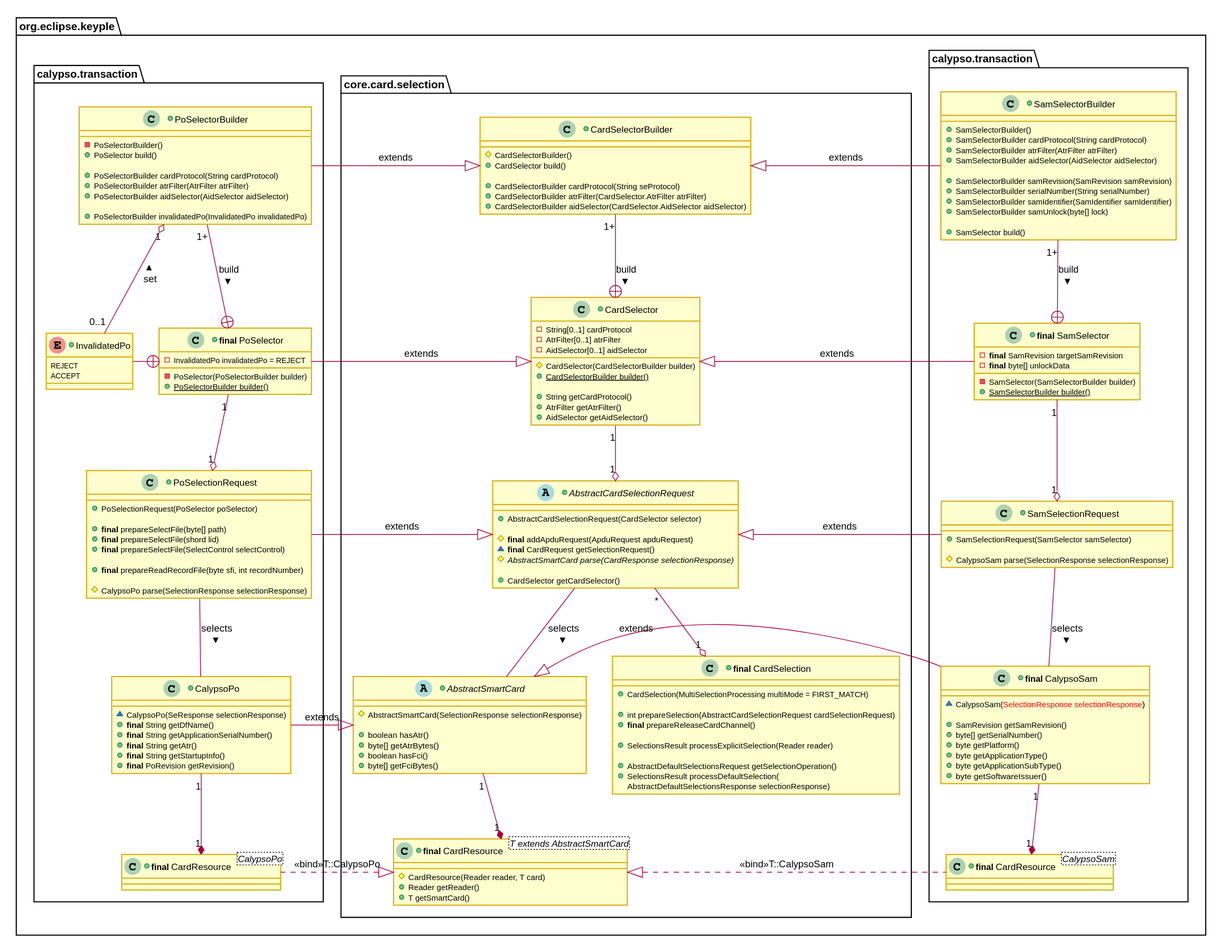
calypsonet/keyple keeps this PlantUML diagram as docs/KeypleCalypsoApi/img/KeypleCalypso_Transaction_ClassDiag_PO_Selection_1_0_0.svg. Above is the earlier version. Its diagram source:
```plantuml
@startuml
skinparam ClassBorderColor #D4AC0D
skinparam stereotypeABorderColor #A9DCDF
skinparam stereotypeIBorderColor #B4A7E5
skinparam stereotypeCBorderColor #ADD1B2
skinparam stereotypeEBorderColor #EB93DF
skinparam shadowing false

skinparam StateBorderColor #D4AC0D
skinparam ActivityBorderColor #D4AC0D

skinparam ClassBackgroundColor<<red>> #FDEDEC
skinparam ClassBorderColor<<red>> #E74C3C
hide <<red>> stereotype
skinparam ClassBackgroundColor<<purple>> #F4ECF7
skinparam ClassBorderColor<<purple>> #8E44AD
hide <<purple>> stereotype
skinparam ClassBackgroundColor<<blue>> #EBF5FB
skinparam ClassBorderColor<<blue>> #3498DB
hide <<blue>> stereotype
skinparam ClassBackgroundColor<<green>> #EAFAF1
skinparam ClassBorderColor<<green>> #2ECC71
hide <<green>> stereotype

skinparam ClassBackgroundColor<<orange>> #FDF2E9
skinparam ClassBorderColor<<orange>> #E67E22
hide <<orange>> stereotype

skinparam ClassBackgroundColor<<grey>> #EAECEE
skinparam ClassBorderColor<<grey>> #2C3E50
hide <<grey>> stereotype

package org.eclipse.keyple #FFFFFF {
  package "calypso.transaction" as transaction_sam #FFFFFF {
+class "<b>final</b> SamSelector" as SamSelector {
  -<b>final</b> SamRevision targetSamRevision
  -<b>final</b> byte[] unlockData
  -SamSelector(SamSelectorBuilder builder)
  +{static} SamSelectorBuilder builder()
}

+class SamSelectorBuilder {
  +SamSelectorBuilder()
  +SamSelectorBuilder cardProtocol(String cardProtocol)
  +SamSelectorBuilder atrFilter(AtrFilter atrFilter)
  +SamSelectorBuilder aidSelector(AidSelector aidSelector)

  +SamSelectorBuilder samRevision(SamRevision samRevision)
  +SamSelectorBuilder serialNumber(String serialNumber)
  +SamSelectorBuilder samIdentifier(SamIdentifier samIdentifier)
  +SamSelectorBuilder samUnlock(byte[] lock)

  +SamSelector build()
}

+class SamSelectionRequest {
  +SamSelectionRequest(SamSelector samSelector)

  #CalypsoSam parse(SelectionResponse selectionResponse)
}

+class "<b>final</b> CardResource<CalypsoSam>" as SamResource {
}

+class "<b>final</b> CalypsoSam" as CalypsoSam {
  ~CalypsoSam(<color:red>SelectionResponse selectionResponse</color>)

  +SamRevision getSamRevision()
  +byte[] getSerialNumber()
  +byte getPlatform()
  +byte getApplicationType()
  +byte getApplicationSubType()
  +byte getSoftwareIssuer()
}

    SamSelector +-up- "1+" SamSelectorBuilder : build <
    SamSelectionRequest "1" o-up- "1" SamSelector
    SamSelectionRequest -down- CalypsoSam : selects >
    SamResource "1" *-up- "1" CalypsoSam
  }

  package core.card.selection #FFFFFF {
+class CardSelector {
  -String[0..1] cardProtocol
  -AtrFilter[0..1] atrFilter
  -AidSelector[0..1] aidSelector
  #CardSelector(CardSelectorBuilder builder)
  +{static}CardSelectorBuilder builder()

  +String getCardProtocol()
  +AtrFilter getAtrFilter()
  +AidSelector getAidSelector()
}
+class CardSelectorBuilder {
  #CardSelectorBuilder()
  +CardSelector build()

  +CardSelectorBuilder cardProtocol(String seProtocol)
  +CardSelectorBuilder atrFilter(CardSelector.AtrFilter atrFilter)
  +CardSelectorBuilder aidSelector(CardSelector.AidSelector aidSelector)
}

      CardSelector +-up- "1+" CardSelectorBuilder : build <


+class "<b>final</b> CardSelection" as CardSelection {
  +CardSelection(MultiSelectionProcessing multiMode = FIRST_MATCH)

  +int prepareSelection(AbstractCardSelectionRequest cardSelectionRequest)
  +<b>final</b> prepareReleaseCardChannel()

  +SelectionsResult processExplicitSelection(Reader reader)

  +AbstractDefaultSelectionsRequest getSelectionOperation()
  +SelectionsResult processDefaultSelection(
    AbstractDefaultSelectionsResponse selectionResponse)
}
+abstract AbstractCardSelectionRequest {
  +AbstractCardSelectionRequest(CardSelector selector)

  #<b>final</b> addApduRequest(ApduRequest apduRequest)
  ~<b>final</b> CardRequest getSelectionRequest()
  {abstract} #AbstractSmartCard parse(CardResponse selectionResponse)

  +CardSelector getCardSelector()
}

+abstract AbstractSmartCard {
  #AbstractSmartCard(SelectionResponse selectionResponse)

  +boolean hasAtr()
  +byte[] getAtrBytes()
  +boolean hasFci()
  +byte[] getFciBytes()
}
+class "<b>final</b> CardResource<T extends AbstractSmartCard>" as CardResource_T {
  #CardResource(Reader reader, T card)
  +Reader getReader()
  +T getSmartCard()
}

      AbstractCardSelectionRequest -down- AbstractSmartCard : selects >
      CardSelection "1" o-up- "*" AbstractCardSelectionRequest
      CardResource_T "1" *-up- "1" AbstractSmartCard

    AbstractCardSelectionRequest "1" o-up- "1" CardSelector
  }

  package "calypso.transaction" as transaction_po #FFFFFF {
+enum InvalidatedPo {
  REJECT
  ACCEPT
}
+class CalypsoPo {
  ~CalypsoPo(SeResponse selectionResponse)
  +<b>final</b> String getDfName()
  +<b>final</b> String getApplicationSerialNumber()
  +<b>final</b> String getAtr()
  +<b>final</b> String getStartupInfo()
  +<b>final</b> PoRevision getRevision()
}
+class "<b>final</b> PoSelector" as PoSelector {
  -InvalidatedPo invalidatedPo = REJECT
  -PoSelector(PoSelectorBuilder builder)
  +{static} PoSelectorBuilder builder()
}

+class PoSelectorBuilder {
  -PoSelectorBuilder()
  +PoSelector build()

  +PoSelectorBuilder cardProtocol(String cardProtocol)
  +PoSelectorBuilder atrFilter(AtrFilter atrFilter)
  +PoSelectorBuilder aidSelector(AidSelector aidSelector)

  +PoSelectorBuilder invalidatedPo(InvalidatedPo invalidatedPo)
}


+class PoSelectionRequest {
  +PoSelectionRequest(PoSelector poSelector)

  +<b>final</b> prepareSelectFile(byte[] path)
  +<b>final</b> prepareSelectFile(shord lid)
  +<b>final</b> prepareSelectFile(SelectControl selectControl)

  +<b>final</b> prepareReadRecordFile(byte sfi, int recordNumber)

  #CalypsoPo parse(SelectionResponse selectionResponse)
}

+class "<b>final</b> CardResource<CalypsoPo>" as PoResource {
}

    InvalidatedPo -left-+ PoSelector
    PoSelector +-up- "1+" PoSelectorBuilder : build <
    InvalidatedPo "0..1" -down-o "1" PoSelectorBuilder : set >

    PoSelectionRequest "1" o-up- "1" PoSelector
    PoSelectionRequest -down- CalypsoPo : selects >
    PoResource "1" *-up- "1" CalypsoPo
  }

  PoSelectorBuilder -left-|> CardSelectorBuilder : extends
  PoSelector -left-|> CardSelector : extends
  PoSelectionRequest -left-|> AbstractCardSelectionRequest : extends
  CalypsoPo -left-|> AbstractSmartCard : extends
  PoResource .left.|> CardResource_T : <<bind>>T::CalypsoPo

  CardSelectorBuilder <|-right- SamSelectorBuilder : extends
  CardSelector <|-right- SamSelector : extends
  AbstractCardSelectionRequest <|-right- SamSelectionRequest : extends
  AbstractSmartCard <|-right- CalypsoSam : extends
  CardResource_T <|.right. SamResource : <<bind>>T::CalypsoSam
}
@enduml
```
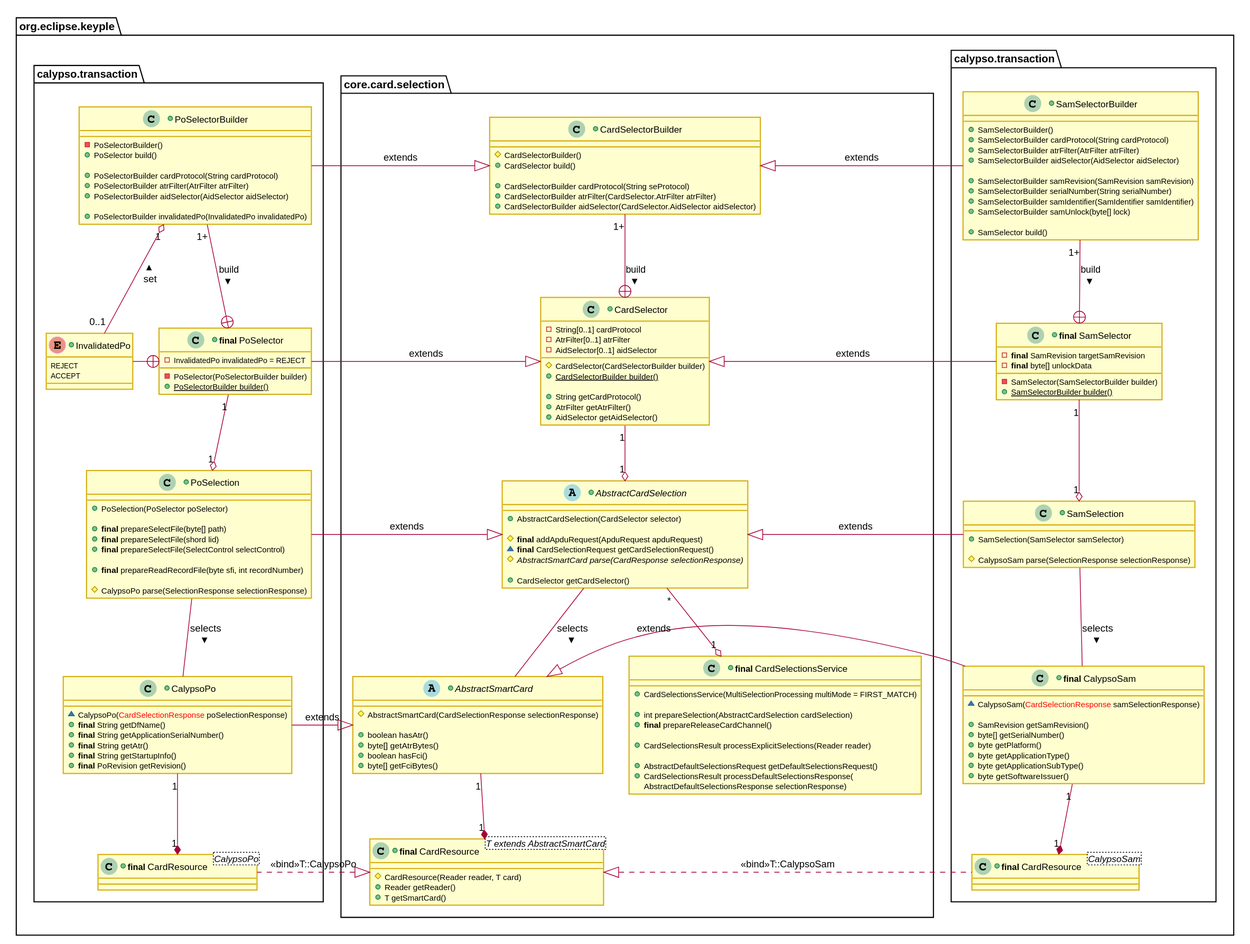
Above is the later version.

Commit message:
Rename Calypso Selection

What changed in the source:
```diff
@@ -53,8 +53,8 @@
   +SamSelector build()
 }
 
-+class SamSelectionRequest {
-  +SamSelectionRequest(SamSelector samSelector)
++class SamSelection {
+  +SamSelection(SamSelector samSelector)
 
   #CalypsoSam parse(SelectionResponse selectionResponse)
 }
@@ -63,7 +63,7 @@
 }
 
 +class "<b>final</b> CalypsoSam" as CalypsoSam {
-  ~CalypsoSam(<color:red>SelectionResponse selectionResponse</color>)
+  ~CalypsoSam(<color:red>CardSelectionResponse</color> samSelectionResponse)
 
   +SamRevision getSamRevision()
   +byte[] getSerialNumber()
@@ -74,8 +74,8 @@
 }
 
     SamSelector +-up- "1+" SamSelectorBuilder : build <
-    SamSelectionRequest "1" o-up- "1" SamSelector
-    SamSelectionRequest -down- CalypsoSam : selects >
+    SamSelection "1" o-up- "1" SamSelector
+    SamSelection -down- CalypsoSam : selects >
     SamResource "1" *-up- "1" CalypsoSam
   }
 
@@ -103,30 +103,30 @@
       CardSelector +-up- "1+" CardSelectorBuilder : build <
 
 
-+class "<b>final</b> CardSelection" as CardSelection {
-  +CardSelection(MultiSelectionProcessing multiMode = FIRST_MATCH)
++class "<b>final</b> CardSelectionsService" as CardSelectionsService {
+  +CardSelectionsService(MultiSelectionProcessing multiMode = FIRST_MATCH)
 
-  +int prepareSelection(AbstractCardSelectionRequest cardSelectionRequest)
+  +int prepareSelection(AbstractCardSelection cardSelection)
   +<b>final</b> prepareReleaseCardChannel()
 
-  +SelectionsResult processExplicitSelection(Reader reader)
+  +CardSelectionsResult processExplicitSelections(Reader reader)
 
-  +AbstractDefaultSelectionsRequest getSelectionOperation()
-  +SelectionsResult processDefaultSelection(
+  +AbstractDefaultSelectionsRequest getDefaultSelectionsRequest()
+  +CardSelectionsResult processDefaultSelectionsResponse(
     AbstractDefaultSelectionsResponse selectionResponse)
 }
-+abstract AbstractCardSelectionRequest {
-  +AbstractCardSelectionRequest(CardSelector selector)
++abstract AbstractCardSelection {
+  +AbstractCardSelection(CardSelector selector)
 
   #<b>final</b> addApduRequest(ApduRequest apduRequest)
-  ~<b>final</b> CardRequest getSelectionRequest()
+  ~<b>final</b> CardSelectionRequest getCardSelectionRequest()
   {abstract} #AbstractSmartCard parse(CardResponse selectionResponse)
 
   +CardSelector getCardSelector()
 }
 
 +abstract AbstractSmartCard {
-  #AbstractSmartCard(SelectionResponse selectionResponse)
+  #AbstractSmartCard(CardSelectionResponse selectionResponse)
 
   +boolean hasAtr()
   +byte[] getAtrBytes()
@@ -139,11 +139,11 @@
   +T getSmartCard()
 }
 
-      AbstractCardSelectionRequest -down- AbstractSmartCard : selects >
-      CardSelection "1" o-up- "*" AbstractCardSelectionRequest
+      AbstractCardSelection -down- AbstractSmartCard : selects >
+      CardSelectionsService "1" o-up- "*" AbstractCardSelection
       CardResource_T "1" *-up- "1" AbstractSmartCard
 
-    AbstractCardSelectionRequest "1" o-up- "1" CardSelector
+    AbstractCardSelection "1" o-up- "1" CardSelector
   }
 
   package "calypso.transaction" as transaction_po #FFFFFF {
@@ -152,7 +152,7 @@
   ACCEPT
 }
 +class CalypsoPo {
-  ~CalypsoPo(SeResponse selectionResponse)
+  ~CalypsoPo(<color:red>CardSelectionResponse</color> poSelectionResponse)
   +<b>final</b> String getDfName()
   +<b>final</b> String getApplicationSerialNumber()
   +<b>final</b> String getAtr()
@@ -177,8 +177,8 @@
 }
 
 
-+class PoSelectionRequest {
-  +PoSelectionRequest(PoSelector poSelector)
++class PoSelection {
+  +PoSelection(PoSelector poSelector)
 
   +<b>final</b> prepareSelectFile(byte[] path)
   +<b>final</b> prepareSelectFile(shord lid)
@@ -196,20 +196,20 @@
     PoSelector +-up- "1+" PoSelectorBuilder : build <
     InvalidatedPo "0..1" -down-o "1" PoSelectorBuilder : set >
 
-    PoSelectionRequest "1" o-up- "1" PoSelector
-    PoSelectionRequest -down- CalypsoPo : selects >
+    PoSelection "1" o-up- "1" PoSelector
+    PoSelection -down- CalypsoPo : selects >
     PoResource "1" *-up- "1" CalypsoPo
   }
 
   PoSelectorBuilder -left-|> CardSelectorBuilder : extends
   PoSelector -left-|> CardSelector : extends
-  PoSelectionRequest -left-|> AbstractCardSelectionRequest : extends
+  PoSelection -left-|> AbstractCardSelection : extends
   CalypsoPo -left-|> AbstractSmartCard : extends
   PoResource .left.|> CardResource_T : <<bind>>T::CalypsoPo
 
   CardSelectorBuilder <|-right- SamSelectorBuilder : extends
   CardSelector <|-right- SamSelector : extends
-  AbstractCardSelectionRequest <|-right- SamSelectionRequest : extends
+  AbstractCardSelection <|-right- SamSelection : extends
   AbstractSmartCard <|-right- CalypsoSam : extends
   CardResource_T <|.right. SamResource : <<bind>>T::CalypsoSam
 }
```
